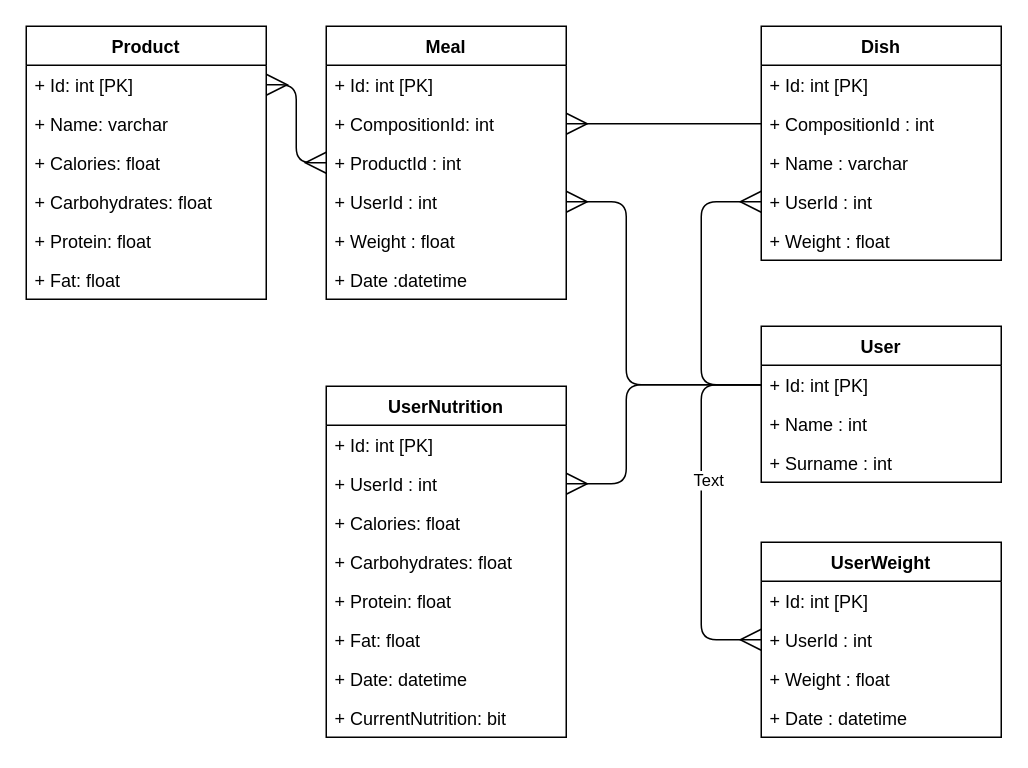
This is page "Db schema" (1 of 5) of CaloriesDb.drawio from pieczarkaniesmacznosci/calories-tracker, a draw.io file, before an edit. Source tidied: cells renumbered, new cells numbered last; positions are measured from the earlier drawing's top-left corner, leaving out a move shared by most shapes. Both pictures are drawn from the tidied source at 150%, with x=0, y=0 at pixel (26, 26).
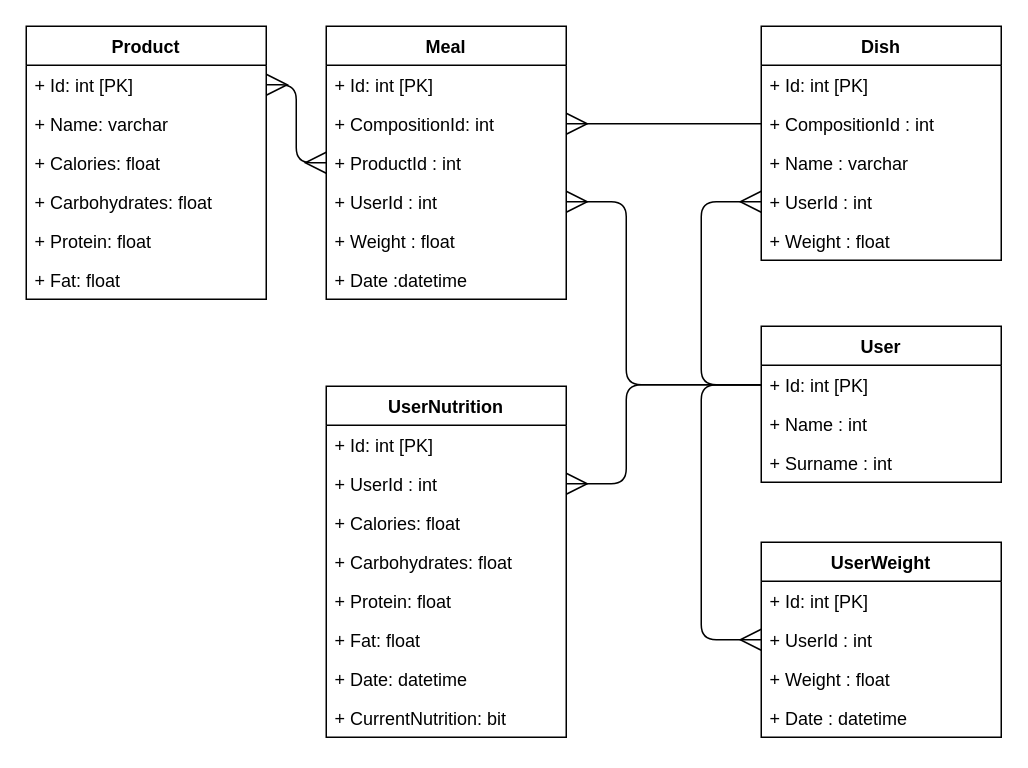
The same diagram, later.

Unchanged cells that the change refers to:
```xml
<mxCell id="2" style="edgeStyle=elbowEdgeStyle;elbow=horizontal;endArrow=ERmany;html=1;entryX=0;entryY=0.5;entryDx=0;entryDy=0;exitX=0;exitY=0.5;exitDx=0;exitDy=0;endFill=0;endSize=12;" parent="1" edge="1" source="44" target="40">
  <mxGeometry relative="1" as="geometry">
    <Array as="points">
      <mxPoint x="450" y="320" />
      <mxPoint x="460" y="320" />
      <mxPoint x="430" y="290" />
      <mxPoint x="440" y="320" />
      <mxPoint x="470" y="370" />
    </Array>
  </mxGeometry>
</mxCell>
```

Change to the diagram source:
```diff
@@
-    <mxCell id="3" value="Text" style="edgeLabel;html=1;align=center;verticalAlign=middle;" parent="2" vertex="1">
-      <mxGeometry x="-0.18" y="4" relative="1" as="geometry" />
-    </mxCell>
```
